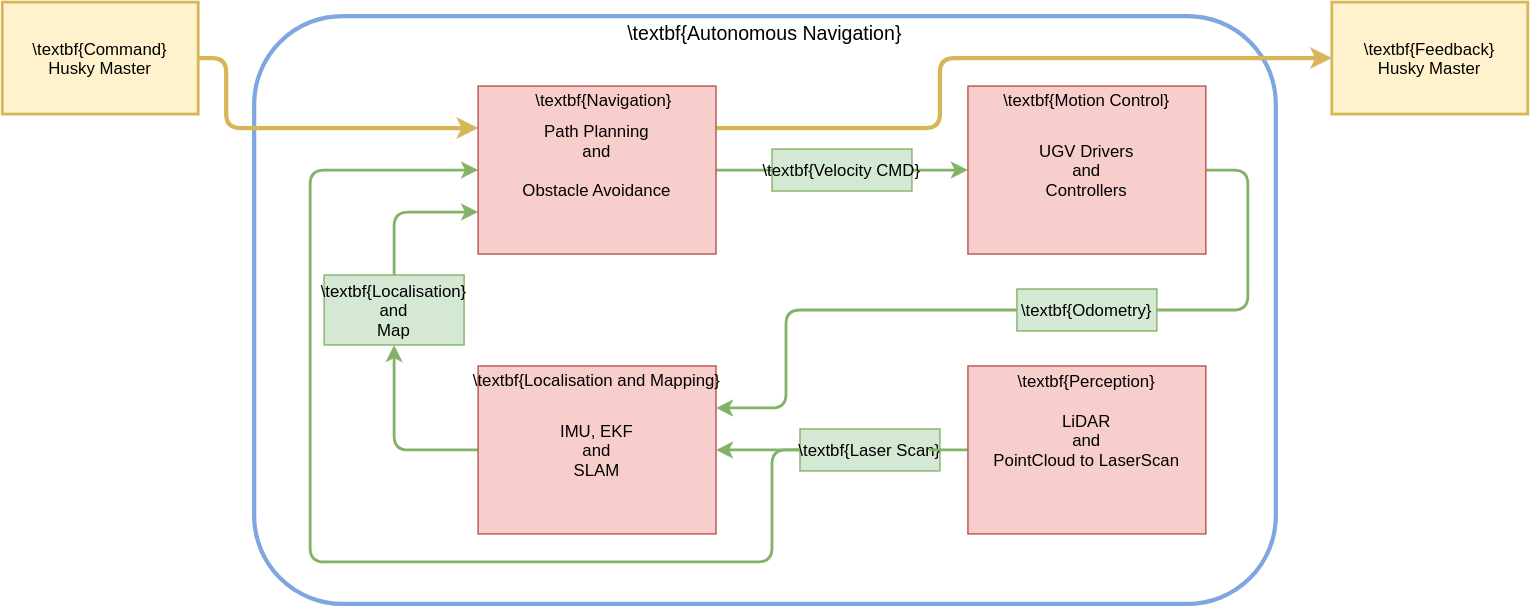
orjano-max/ORJANOS_MASTER_REPO keeps this draw.io diagram as Figures/figANMethod.drawio.svg. Above is the earlier version. Source tidied: cells renumbered, new cells last; positions are measured from the earlier drawing's top-left corner, leaving out a move shared by most shapes.
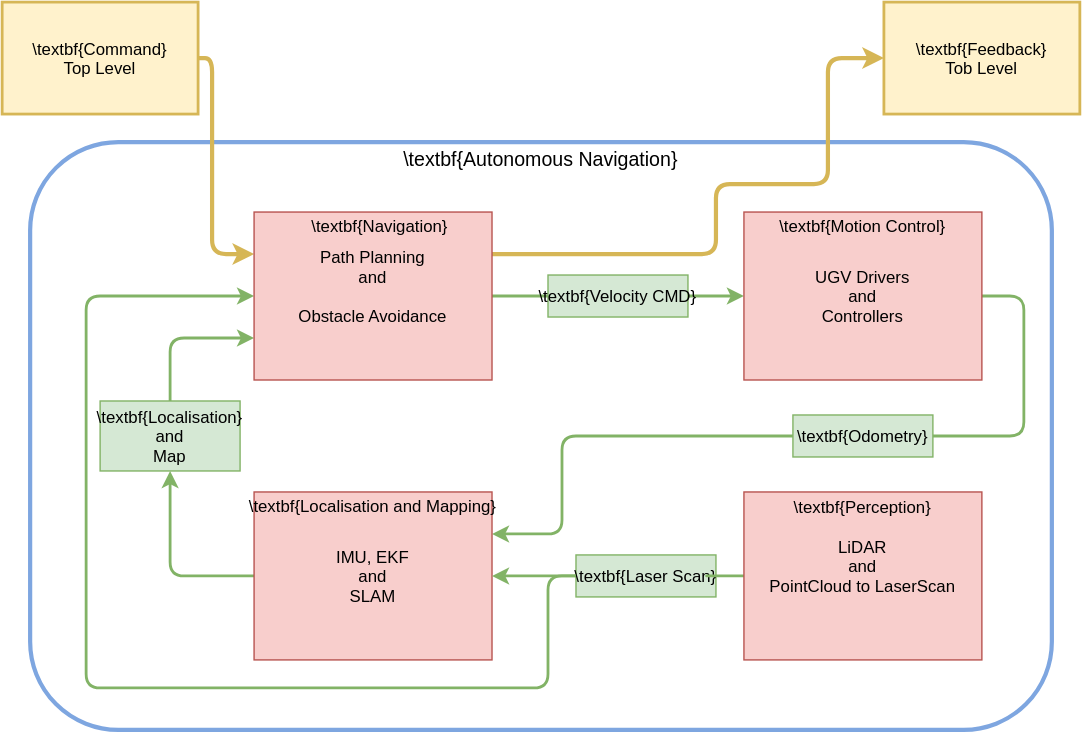
After the change.

Change to the diagram source:
```diff
@@ -53,17 +53,17 @@
     <mxCell id="11" style="edgeStyle=orthogonalEdgeStyle;jettySize=auto;fillColor=#d5e8d4;strokeColor=#82b366;strokeWidth=2;rounded=1;exitX=0;exitY=0.5;exitDx=0;exitDy=0;entryX=0.5;entryY=1;entryDx=0;entryDy=0;" parent="1" edge="1" source="25" target="4">
       <mxGeometry relative="1" as="geometry" />
     </mxCell>
-    <mxCell id="12" value="\textbf{Feedback}&#10;Husky Master" style="rounded=0;fillColor=#fff2cc;strokeColor=#d6b656;strokeWidth=2;" parent="1" vertex="1">
-      <mxGeometry x="950" width="140" height="80" as="geometry" />
+    <mxCell id="12" value="\textbf{Feedback}&#10;Tob Level" style="rounded=0;fillColor=#fff2cc;strokeColor=#d6b656;strokeWidth=2;" parent="1" vertex="1">
+      <mxGeometry x="790" y="-90" width="140" height="80" as="geometry" />
     </mxCell>
-    <mxCell id="13" value="\textbf{Command}&#10;Husky Master" style="rounded=0;fillColor=#fff2cc;strokeColor=#d6b656;strokeWidth=2;" parent="1" vertex="1">
-      <mxGeometry width="140" height="80" as="geometry" />
+    <mxCell id="13" value="\textbf{Command}&#10;Top Level" style="rounded=0;fillColor=#fff2cc;strokeColor=#d6b656;strokeWidth=2;" parent="1" vertex="1">
+      <mxGeometry x="160" y="-90" width="140" height="80" as="geometry" />
     </mxCell>
     <mxCell id="14" style="edgeStyle=orthogonalEdgeStyle;jettySize=auto;fillColor=#fff2cc;strokeColor=#d6b656;strokeWidth=3;rounded=1;exitX=1;exitY=0.5;exitDx=0;exitDy=0;entryX=0;entryY=0.25;entryDx=0;entryDy=0;" parent="1" edge="1" source="13" target="16">
       <mxGeometry relative="1" as="geometry">
         <Array as="points">
-          <mxPoint x="160" y="40" />
-          <mxPoint x="160" y="90" />
+          <mxPoint x="310" y="-50" />
+          <mxPoint x="310" y="90" />
         </Array>
       </mxGeometry>
     </mxCell>
@@ -72,6 +72,8 @@
         <Array as="points">
           <mxPoint x="670" y="90" />
           <mxPoint x="670" y="40" />
+          <mxPoint x="750" y="40" />
+          <mxPoint x="750" y="-50" />
         </Array>
       </mxGeometry>
     </mxCell>
```
